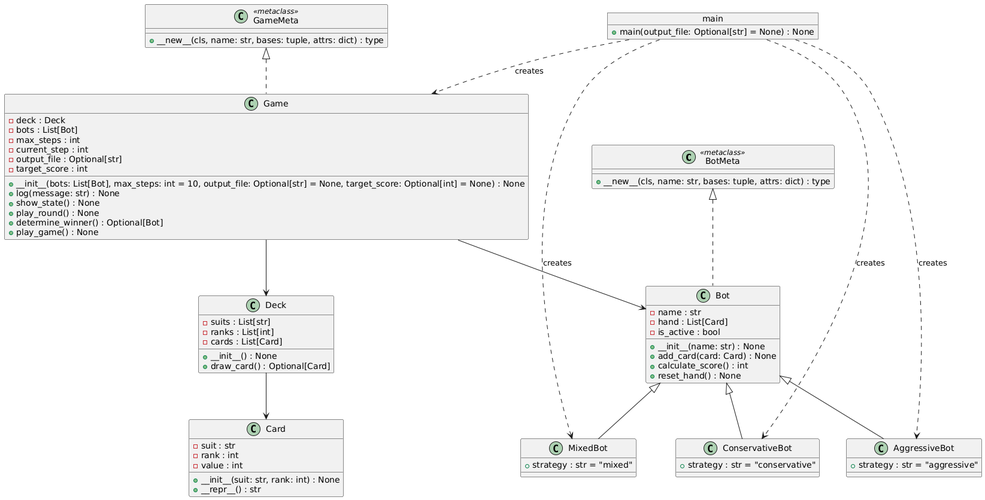
Before: project/game/docs/UML.png, a diagram exported from PlantUML (touge13/spbuPythonCourse). Its source is kept beside it as project/game/docs/UML.puml.
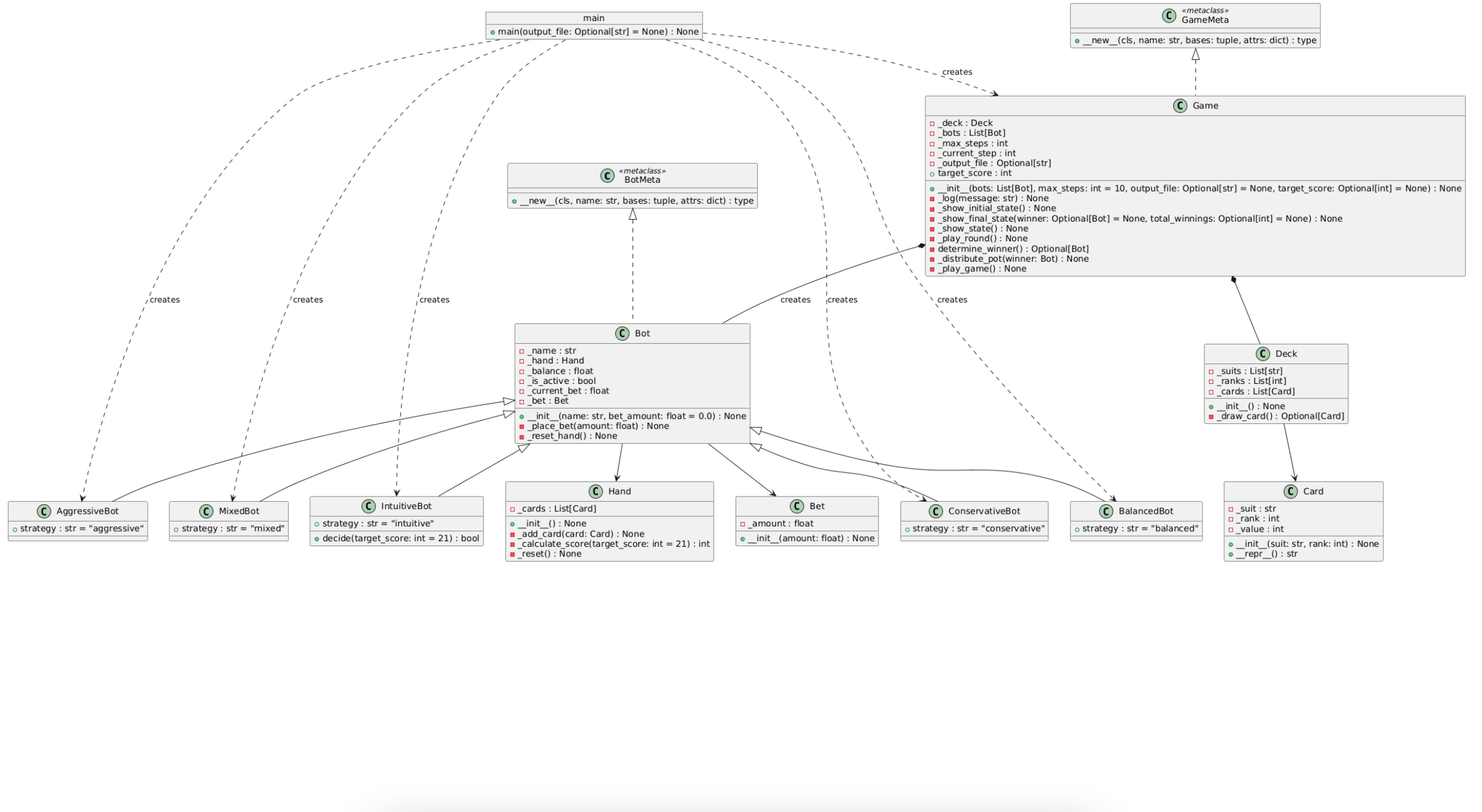
Later version of the same file.

Change to the diagram source:
```diff
@@ -5,13 +5,28 @@
 }
 
 class Bot {
-    -name : str
-    -hand : List[Card]
-    -is_active : bool
-    +__init__(name: str) : None
-    +add_card(card: Card) : None
-    +calculate_score() : int
-    +reset_hand() : None
+    -_name : str
+    -_hand : Hand
+    -_balance : float
+    -_is_active : bool
+    -_current_bet : float
+    -_bet : Bet
+    +__init__(name: str, bet_amount: float = 0.0) : None
+    -_place_bet(amount: float) : None
+    -_reset_hand() : None
+}
+
+class Hand {
+    -_cards : List[Card]
+    +__init__() : None
+    -_add_card(card: Card) : None
+    -_calculate_score(target_score: int = 21) : int
+    -_reset() : None
+}
+
+class Bet {
+    -_amount : float
+    +__init__(amount: float) : None
 }
 
 class ConservativeBot {
@@ -26,20 +41,29 @@
     +strategy : str = "mixed"
 }
 
+class BalancedBot {
+    +strategy : str = "balanced"
+}
+
+class IntuitiveBot {
+    +strategy : str = "intuitive"
+    +decide(target_score: int = 21) : bool
+}
+
 class Card {
-    -suit : str
-    -rank : int
-    -value : int
+    -_suit : str
+    -_rank : int
+    -_value : int
     +__init__(suit: str, rank: int) : None
     +__repr__() : str
 }
 
 class Deck {
-    -suits : List[str]
-    -ranks : List[int]
-    -cards : List[Card]
+    -_suits : List[str]
+    -_ranks : List[int]
+    -_cards : List[Card]
     +__init__() : None
-    +draw_card() : Optional[Card]
+    -_draw_card() : Optional[Card]
 }
 
 class GameMeta <<metaclass>> {
@@ -47,18 +71,21 @@
 }
 
 class Game {
-    -deck : Deck
-    -bots : List[Bot]
-    -max_steps : int
-    -current_step : int
-    -output_file : Optional[str]
-    -target_score : int
+    -_deck : Deck
+    -_bots : List[Bot]
+    -_max_steps : int
+    -_current_step : int
+    -_output_file : Optional[str]
     +__init__(bots: List[Bot], max_steps: int = 10, output_file: Optional[str] = None, target_score: Optional[int] = None) : None
-    +log(message: str) : None
-    +show_state() : None
-    +play_round() : None
-    +determine_winner() : Optional[Bot]
-    +play_game() : None
+    -_log(message: str) : None
+    -_show_initial_state() : None
+    -_show_final_state(winner: Optional[Bot] = None, total_winnings: Optional[int] = None) : None
+    -_show_state() : None
+    -_play_round() : None
+    -determine_winner() : Optional[Bot]
+    -_distribute_pot(winner: Bot) : None
+    -_play_game() : None
+    +target_score : int
 }
 
 object main {
@@ -69,14 +96,20 @@
 Bot <|-- ConservativeBot
 Bot <|-- AggressiveBot
 Bot <|-- MixedBot
+Bot <|-- BalancedBot
+Bot <|-- IntuitiveBot
 Deck --> Card
+Bot --> Hand
+Bot --> Bet
 GameMeta <|.. Game
-Game --> Deck
-Game --> Bot
+Game *-- Deck
+Game *-- Bot : "creates"
 
 main ..> ConservativeBot : "creates"
 main ..> AggressiveBot : "creates"
 main ..> MixedBot : "creates"
+main ..> BalancedBot : "creates"
+main ..> IntuitiveBot : "creates"
 main ..> Game : "creates"
 
 @enduml
```
